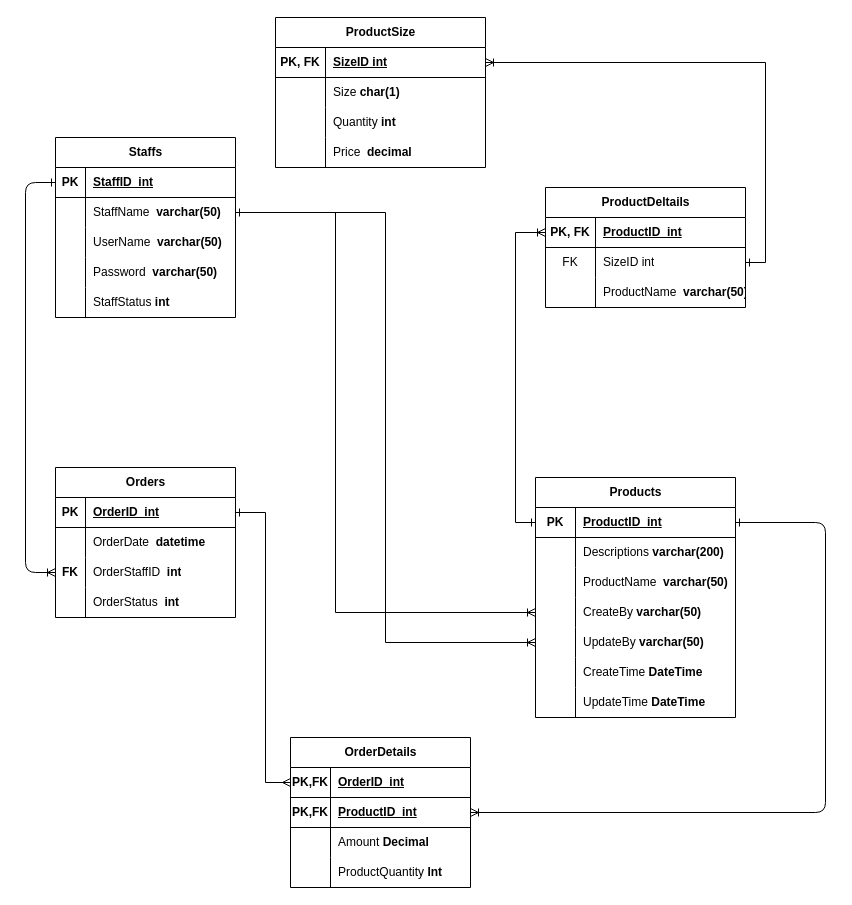
This is page "ERDPhysic" (2 of 2) of Diagram/Entity_Relationship_Diagram/ERD1.drawio from NDuc-Dev/Project-1, a draw.io file, before an edit. Source tidied: cells renumbered, new cells numbered last; positions are measured from the earlier drawing's top-left corner, leaving out a move shared by most shapes. Both pictures are drawn from the tidied source at 100%, with x=0, y=0 at pixel (25, 17).
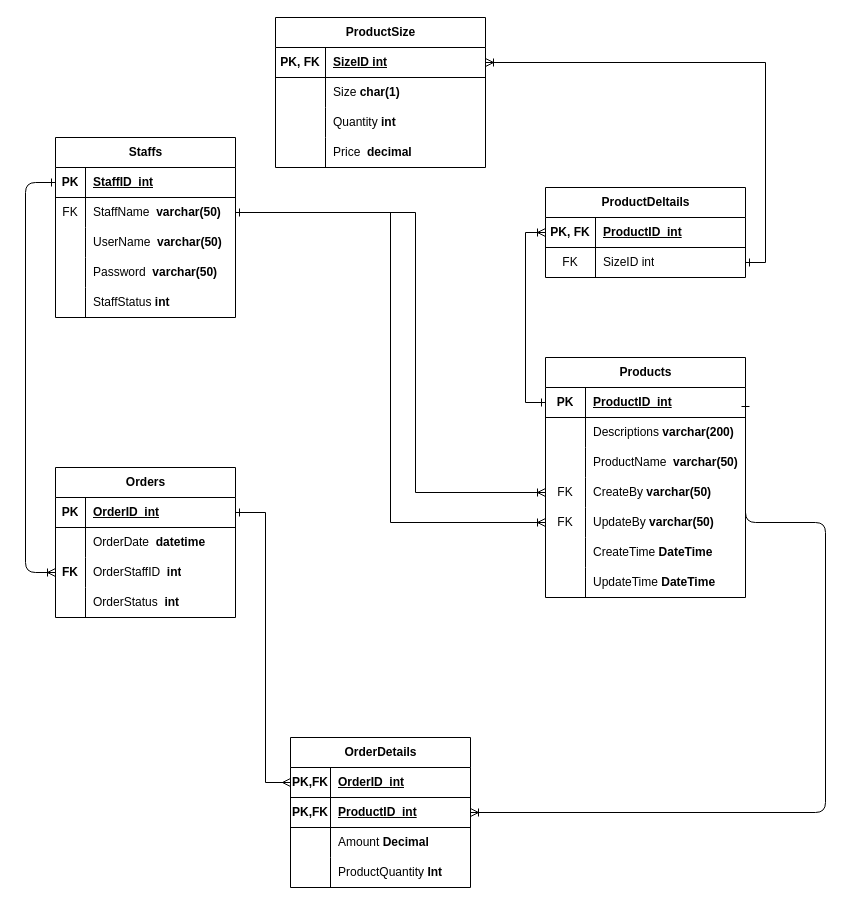
Above is the later version.

Unchanged cells that the change refers to:
```xml
<mxCell id="12" style="shape=tableRow;horizontal=0;startSize=0;swimlaneHead=0;swimlaneBody=0;fillColor=none;points=[[0,0.5],[1,0.5]];portConstraint=eastwest;top=0;left=0;right=0;bottom=0;" parent="2" vertex="1">
  <mxGeometry y="120" width="200" height="30" as="geometry" />
</mxCell>
<mxCell id="15" style="shape=tableRow;horizontal=0;startSize=0;swimlaneHead=0;swimlaneBody=0;fillColor=none;points=[[0,0.5],[1,0.5]];portConstraint=eastwest;top=0;left=0;right=0;bottom=0;" parent="2" vertex="1">
  <mxGeometry y="150" width="200" height="30" as="geometry" />
</mxCell>
<mxCell id="28" style="shape=tableRow;horizontal=0;startSize=0;swimlaneHead=0;swimlaneBody=0;fillColor=none;points=[[0,0.5],[1,0.5]];portConstraint=eastwest;top=0;left=0;right=0;bottom=0;" parent="24" vertex="1">
  <mxGeometry y="60" width="180" height="30" as="geometry" />
</mxCell>
```

Diff of the diagram source:
```diff
@@
     <mxCell id="2" value="Products" style="shape=table;startSize=30;childLayout=tableLayout;rowLines=0;fontStyle=1;align=center;html=1;" parent="1" vertex="1">
-      <mxGeometry x="510" y="460" width="200" height="240" as="geometry" />
+      <mxGeometry x="520" y="340" width="200" height="240" as="geometry" />
     </mxCell>
@@
-    <mxCell id="13" style="shape=partialRectangle;fillColor=none;top=0;left=0;bottom=0;right=0;overflow=hidden;whiteSpace=wrap;html=1;" parent="12" vertex="1">
+    <mxCell id="13" value="FK" style="shape=partialRectangle;fillColor=none;top=0;left=0;bottom=0;right=0;overflow=hidden;whiteSpace=wrap;html=1;" parent="12" vertex="1">
       <mxGeometry width="40" height="30" as="geometry" />
     </mxCell>
@@
-    <mxCell id="16" style="shape=partialRectangle;fillColor=none;top=0;left=0;bottom=0;right=0;overflow=hidden;whiteSpace=wrap;html=1;" parent="15" vertex="1">
+    <mxCell id="16" value="FK" style="shape=partialRectangle;fillColor=none;top=0;left=0;bottom=0;right=0;overflow=hidden;whiteSpace=wrap;html=1;" parent="15" vertex="1">
       <mxGeometry width="40" height="30" as="geometry" />
     </mxCell>
@@
-    <mxCell id="29" style="shape=partialRectangle;fillColor=none;top=0;left=0;bottom=0;right=0;overflow=hidden;whiteSpace=wrap;html=1;" parent="28" vertex="1">
+    <mxCell id="29" value="FK" style="shape=partialRectangle;fillColor=none;top=0;left=0;bottom=0;right=0;overflow=hidden;whiteSpace=wrap;html=1;" parent="28" vertex="1">
       <mxGeometry width="30" height="30" as="geometry" />
     </mxCell>
@@
     <mxCell id="82" value="ProductDeltails" style="shape=table;startSize=30;childLayout=tableLayout;rowLines=0;fontStyle=1;align=center;html=1;" parent="1" vertex="1">
-      <mxGeometry x="520" y="170" width="200" height="120" as="geometry" />
+      <mxGeometry x="520" y="170" width="200" height="90" as="geometry" />
     </mxCell>
@@
-    <mxCell id="89" style="shape=tableRow;horizontal=0;startSize=0;swimlaneHead=0;swimlaneBody=0;fillColor=none;top=0;left=0;right=0;bottom=0;" parent="82" vertex="1">
-      <mxGeometry y="90" width="200" height="30" as="geometry" />
-    </mxCell>
-    <mxCell id="90" style="shape=partialRectangle;fillColor=none;top=0;left=0;bottom=0;right=0;overflow=hidden;whiteSpace=wrap;html=1;" parent="89" vertex="1">
-      <mxGeometry width="50" height="30" as="geometry" />
-    </mxCell>
-    <mxCell id="91" value="ProductName&amp;nbsp;&lt;b&gt;&amp;nbsp;varchar(50)&lt;/b&gt;" style="shape=partialRectangle;fillColor=none;top=0;left=0;bottom=0;right=0;align=left;spacingLeft=6;overflow=hidden;whiteSpace=wrap;html=1;" parent="89" vertex="1">
-      <mxGeometry x="50" width="150" height="30" as="geometry" />
-    </mxCell>
@@
     <mxCell id="94" style="edgeStyle=orthogonalEdgeStyle;rounded=0;jettySize=auto;html=1;exitX=1;exitY=0.5;exitDx=0;exitDy=0;entryX=0;entryY=0.5;entryDx=0;entryDy=0;startArrow=ERone;startFill=0;endArrow=ERoneToMany;endFill=0;" parent="1" edge="1" source="28" target="12">
       <mxGeometry relative="1" as="geometry">
         <Array as="points">
-          <mxPoint x="310" y="195" />
-          <mxPoint x="310" y="595" />
+          <mxPoint x="390" y="195" />
+          <mxPoint x="390" y="475" />
         </Array>
       </mxGeometry>
     </mxCell>
```
